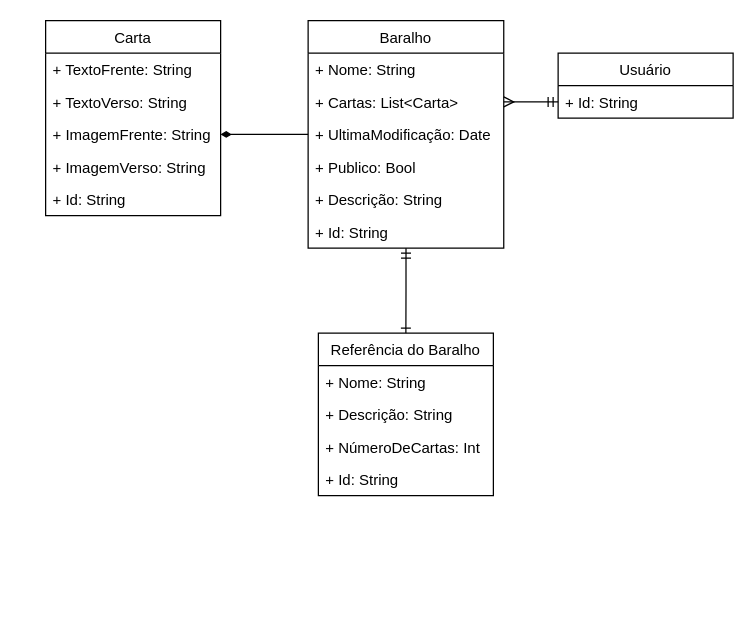
Above: server/diagramas/diagrama_de_classes.drawio in hericles-koelher/memento_studio (draw.io), before the change. Source tidied: cells renumbered, new cells numbered last; positions are measured from the earlier drawing's top-left corner, leaving out a move shared by most shapes. Both pictures are drawn from the tidied source at 125%, with x=0, y=0 at pixel (45, 20).
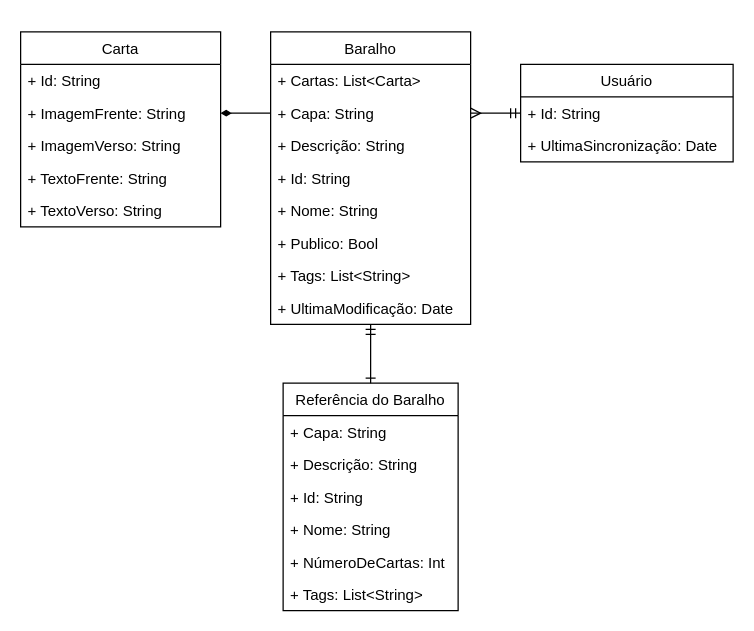
After the change.

What changed in the source:
```diff
@@
     <mxCell id="2" value="Carta" style="swimlane;fontStyle=0;horizontal=1;startSize=26;fillColor=none;" parent="1" vertex="1">
-      <mxGeometry width="140" height="156" as="geometry" />
+      <mxGeometry x="-20" y="9" width="160" height="156" as="geometry" />
     </mxCell>
+    <mxCell id="7" value="+ Id: String" style="text;strokeColor=none;fillColor=none;align=left;verticalAlign=top;spacingLeft=4;spacingRight=4;overflow=hidden;" parent="2" vertex="1">
+      <mxGeometry y="26" width="160" height="26" as="geometry" />
+    </mxCell>
+    <mxCell id="5" value="+ ImagemFrente: String" style="text;strokeColor=none;fillColor=none;align=left;verticalAlign=top;spacingLeft=4;spacingRight=4;overflow=hidden;points=[[0,0.5],[1,0.5]];portConstraint=eastwest;" parent="2" vertex="1">
+      <mxGeometry y="52" width="160" height="26" as="geometry" />
+    </mxCell>
+    <mxCell id="6" value="+ ImagemVerso: String" style="text;strokeColor=none;fillColor=none;align=left;verticalAlign=top;spacingLeft=4;spacingRight=4;overflow=hidden;" parent="2" vertex="1">
+      <mxGeometry y="78" width="160" height="26" as="geometry" />
+    </mxCell>
     <mxCell id="3" value="+ TextoFrente: String" style="text;strokeColor=none;fillColor=none;align=left;verticalAlign=top;spacingLeft=4;spacingRight=4;overflow=hidden;" parent="2" vertex="1">
-      <mxGeometry y="26" width="140" height="26" as="geometry" />
+      <mxGeometry y="104" width="160" height="26" as="geometry" />
     </mxCell>
     <mxCell id="4" value="+ TextoVerso: String" style="text;strokeColor=none;fillColor=none;align=left;verticalAlign=top;spacingLeft=4;spacingRight=4;overflow=hidden;" parent="2" vertex="1">
-      <mxGeometry y="52" width="140" height="26" as="geometry" />
+      <mxGeometry y="130" width="160" height="26" as="geometry" />
     </mxCell>
-    <mxCell id="5" value="+ ImagemFrente: String" style="text;strokeColor=none;fillColor=none;align=left;verticalAlign=top;spacingLeft=4;spacingRight=4;overflow=hidden;points=[[0,0.5],[1,0.5]];portConstraint=eastwest;" parent="2" vertex="1">
-      <mxGeometry y="78" width="140" height="26" as="geometry" />
-    </mxCell>
-    <mxCell id="6" value="+ ImagemVerso: String" style="text;strokeColor=none;fillColor=none;align=left;verticalAlign=top;spacingLeft=4;spacingRight=4;overflow=hidden;" parent="2" vertex="1">
-      <mxGeometry y="104" width="140" height="26" as="geometry" />
-    </mxCell>
-    <mxCell id="7" value="+ Id: String" style="text;strokeColor=none;fillColor=none;align=left;verticalAlign=top;spacingLeft=4;spacingRight=4;overflow=hidden;" parent="2" vertex="1">
-      <mxGeometry y="130" width="140" height="26" as="geometry" />
-    </mxCell>
@@
     <mxCell id="9" value="Baralho" style="swimlane;fontStyle=0;horizontal=1;startSize=26;fillColor=none;" parent="1" vertex="1">
-      <mxGeometry x="210" width="156.5" height="182" as="geometry" />
+      <mxGeometry x="180" y="9" width="160" height="234" as="geometry" />
     </mxCell>
-    <mxCell id="10" value="+ Nome: String" style="text;strokeColor=none;fillColor=none;align=left;verticalAlign=top;spacingLeft=4;spacingRight=4;overflow=hidden;" parent="9" vertex="1">
-      <mxGeometry y="26" width="156.5" height="26" as="geometry" />
-    </mxCell>
     <mxCell id="11" value="+ Cartas: List&lt;Carta&gt;" style="text;strokeColor=none;fillColor=none;align=left;verticalAlign=top;spacingLeft=4;spacingRight=4;overflow=hidden;points=[[0,0.5],[1,0.5]];portConstraint=eastwest;" parent="9" vertex="1">
-      <mxGeometry y="52" width="156.5" height="26" as="geometry" />
+      <mxGeometry y="26" width="160" height="26" as="geometry" />
     </mxCell>
-    <mxCell id="12" value="+ UltimaModificação: Date" style="text;strokeColor=none;fillColor=none;align=left;verticalAlign=top;spacingLeft=4;spacingRight=4;overflow=hidden;points=[[0,0.5],[1,0.5]];portConstraint=eastwest;" parent="9" vertex="1">
-      <mxGeometry y="78" width="156.5" height="26" as="geometry" />
-    </mxCell>
-    <mxCell id="13" value="+ Publico: Bool" style="text;strokeColor=none;fillColor=none;align=left;verticalAlign=top;spacingLeft=4;spacingRight=4;overflow=hidden;" parent="9" vertex="1">
-      <mxGeometry y="104" width="156.5" height="26" as="geometry" />
-    </mxCell>
+    <mxCell id="25" value="+ Capa: String" style="text;strokeColor=none;fillColor=none;align=left;verticalAlign=top;spacingLeft=4;spacingRight=4;overflow=hidden;points=[[0,0.5],[1,0.5]];portConstraint=eastwest;" parent="9" vertex="1">
+      <mxGeometry y="52" width="160" height="26" as="geometry" />
+    </mxCell>
     <mxCell id="14" value="+ Descrição: String" style="text;strokeColor=none;fillColor=none;align=left;verticalAlign=top;spacingLeft=4;spacingRight=4;overflow=hidden;" parent="9" vertex="1">
-      <mxGeometry y="130" width="156.5" height="26" as="geometry" />
+      <mxGeometry y="78" width="160" height="26" as="geometry" />
     </mxCell>
     <mxCell id="15" value="+ Id: String" style="text;strokeColor=none;fillColor=none;align=left;verticalAlign=top;spacingLeft=4;spacingRight=4;overflow=hidden;" parent="9" vertex="1">
-      <mxGeometry y="156" width="156.5" height="26" as="geometry" />
+      <mxGeometry y="104" width="160" height="26" as="geometry" />
     </mxCell>
+    <mxCell id="10" value="+ Nome: String" style="text;strokeColor=none;fillColor=none;align=left;verticalAlign=top;spacingLeft=4;spacingRight=4;overflow=hidden;" parent="9" vertex="1">
+      <mxGeometry y="130" width="160" height="26" as="geometry" />
+    </mxCell>
+    <mxCell id="13" value="+ Publico: Bool" style="text;strokeColor=none;fillColor=none;align=left;verticalAlign=top;spacingLeft=4;spacingRight=4;overflow=hidden;" parent="9" vertex="1">
+      <mxGeometry y="156" width="160" height="26" as="geometry" />
+    </mxCell>
+    <mxCell id="26" value="+ Tags: List&lt;String&gt;" style="text;strokeColor=none;fillColor=none;align=left;verticalAlign=top;spacingLeft=4;spacingRight=4;overflow=hidden;" parent="9" vertex="1">
+      <mxGeometry y="182" width="160" height="26" as="geometry" />
+    </mxCell>
+    <mxCell id="12" value="+ UltimaModificação: Date" style="text;strokeColor=none;fillColor=none;align=left;verticalAlign=top;spacingLeft=4;spacingRight=4;overflow=hidden;points=[[0,0.5],[1,0.5]];portConstraint=eastwest;" parent="9" vertex="1">
+      <mxGeometry y="208" width="160" height="26" as="geometry" />
+    </mxCell>
     <mxCell id="16" value="Usuário" style="swimlane;fontStyle=0;horizontal=1;startSize=26;fillColor=none;" parent="1" vertex="1">
-      <mxGeometry x="410" y="26" width="140" height="52" as="geometry" />
+      <mxGeometry x="380" y="35" width="170" height="78" as="geometry" />
     </mxCell>
     <mxCell id="17" value="+ Id: String" style="text;strokeColor=none;fillColor=none;align=left;verticalAlign=top;spacingLeft=4;spacingRight=4;overflow=hidden;points=[[0,0.5],[1,0.5]];portConstraint=eastwest;" parent="16" vertex="1">
-      <mxGeometry y="26" width="140" height="26" as="geometry" />
+      <mxGeometry y="26" width="170" height="26" as="geometry" />
     </mxCell>
+    <mxCell id="27" value="+ UltimaSincronização: Date" style="text;strokeColor=none;fillColor=none;align=left;verticalAlign=top;spacingLeft=4;spacingRight=4;overflow=hidden;" parent="16" vertex="1">
+      <mxGeometry y="52" width="170" height="26" as="geometry" />
+    </mxCell>
-    <mxCell id="18" style="edgeStyle=orthogonalEdgeStyle;rounded=0;jettySize=auto;html=1;entryX=1;entryY=0.5;entryDx=0;entryDy=0;endArrow=ERmany;endFill=0;strokeWidth=1;startArrow=ERmandOne;startFill=0;exitX=0;exitY=0.5;exitDx=0;exitDy=0;" parent="1" edge="1" source="17" target="11">
+    <mxCell id="18" style="edgeStyle=orthogonalEdgeStyle;rounded=0;jettySize=auto;html=1;entryX=1;entryY=0.5;entryDx=0;entryDy=0;endArrow=ERmany;endFill=0;strokeWidth=1;startArrow=ERmandOne;startFill=0;exitX=0;exitY=0.5;exitDx=0;exitDy=0;" parent="1" edge="1" source="17" target="25">
       <mxGeometry relative="1" as="geometry" />
     </mxCell>
-    <mxCell id="19" style="edgeStyle=orthogonalEdgeStyle;rounded=0;jettySize=auto;html=1;entryX=1;entryY=0.5;entryDx=0;entryDy=0;endArrow=diamondThin;endFill=1;" parent="1" edge="1" source="12" target="5">
+    <mxCell id="19" style="edgeStyle=orthogonalEdgeStyle;rounded=0;jettySize=auto;html=1;entryX=1;entryY=0.5;entryDx=0;entryDy=0;endArrow=diamondThin;endFill=1;exitX=0;exitY=0.5;exitDx=0;exitDy=0;" parent="1" edge="1" source="25" target="5">
       <mxGeometry relative="1" as="geometry" />
     </mxCell>
     <mxCell id="20" value="Referência do Baralho" style="swimlane;fontStyle=0;horizontal=1;startSize=26;fillColor=none;" parent="1" vertex="1">
-      <mxGeometry x="218.2" y="250" width="140" height="130" as="geometry" />
+      <mxGeometry x="190" y="290" width="140" height="182" as="geometry" />
     </mxCell>
+    <mxCell id="28" value="+ Capa: String" style="text;strokeColor=none;fillColor=none;align=left;verticalAlign=top;spacingLeft=4;spacingRight=4;overflow=hidden;" parent="20" vertex="1">
+      <mxGeometry y="26" width="140" height="26" as="geometry" />
+    </mxCell>
+    <mxCell id="22" value="+ Descrição: String" style="text;strokeColor=none;fillColor=none;align=left;verticalAlign=top;spacingLeft=4;spacingRight=4;overflow=hidden;" parent="20" vertex="1">
+      <mxGeometry y="52" width="140" height="26" as="geometry" />
+    </mxCell>
+    <mxCell id="24" value="+ Id: String" style="text;strokeColor=none;fillColor=none;align=left;verticalAlign=top;spacingLeft=4;spacingRight=4;overflow=hidden;" parent="20" vertex="1">
+      <mxGeometry y="78" width="140" height="26" as="geometry" />
+    </mxCell>
     <mxCell id="21" value="+ Nome: String" style="text;strokeColor=none;fillColor=none;align=left;verticalAlign=top;spacingLeft=4;spacingRight=4;overflow=hidden;" parent="20" vertex="1">
-      <mxGeometry y="26" width="140" height="26" as="geometry" />
+      <mxGeometry y="104" width="140" height="26" as="geometry" />
     </mxCell>
-    <mxCell id="22" value="+ Descrição: String" style="text;strokeColor=none;fillColor=none;align=left;verticalAlign=top;spacingLeft=4;spacingRight=4;overflow=hidden;" parent="20" vertex="1">
-      <mxGeometry y="52" width="140" height="26" as="geometry" />
-    </mxCell>
     <mxCell id="23" value="+ NúmeroDeCartas: Int" style="text;strokeColor=none;fillColor=none;align=left;verticalAlign=top;spacingLeft=4;spacingRight=4;overflow=hidden;" parent="20" vertex="1">
-      <mxGeometry y="78" width="140" height="26" as="geometry" />
+      <mxGeometry y="130" width="140" height="26" as="geometry" />
     </mxCell>
-    <mxCell id="24" value="+ Id: String" style="text;strokeColor=none;fillColor=none;align=left;verticalAlign=top;spacingLeft=4;spacingRight=4;overflow=hidden;" parent="20" vertex="1">
-      <mxGeometry y="104" width="140" height="26" as="geometry" />
-    </mxCell>
+    <mxCell id="29" value="+ Tags: List&lt;String&gt;" style="text;strokeColor=none;fillColor=none;align=left;verticalAlign=top;spacingLeft=4;spacingRight=4;overflow=hidden;" parent="20" vertex="1">
+      <mxGeometry y="156" width="140" height="26" as="geometry" />
+    </mxCell>
```
